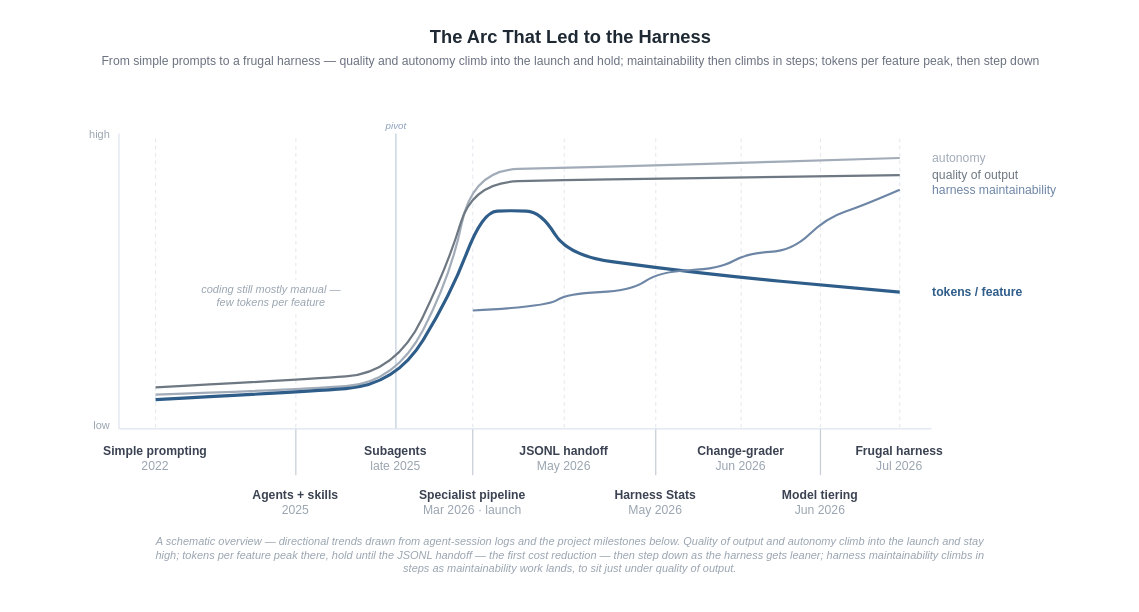
Before: docs/images/research-arc.drawio in woditschka/agentic-coding-reference, a draw.io diagram. Source tidied: cells renumbered, new cells numbered last; positions are measured from the earlier drawing's top-left corner, leaving out a move shared by most shapes. Both pictures are drawn from the tidied source at 122%, with x=0, y=0 at pixel (21, 21).
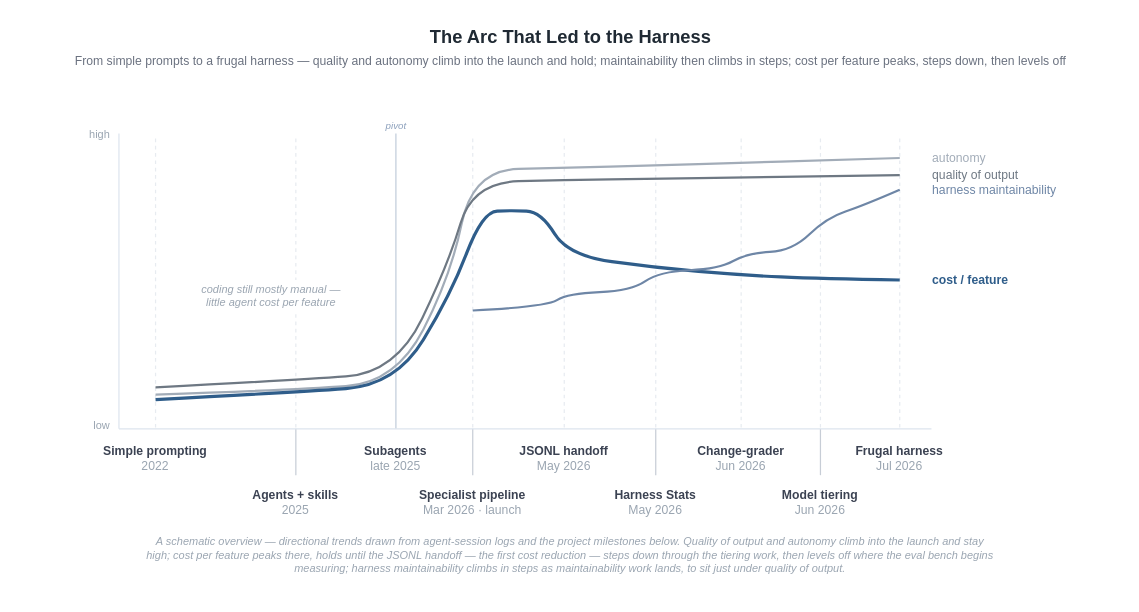
The same page after the edit.

What changed in the source:
```diff
@@
-    <mxCell id="3" value="From simple prompts to a frugal harness — quality and autonomy climb into the launch and hold; maintainability then climbs in steps; tokens per feature peak, then step down" style="text;html=1;align=center;verticalAlign=middle;fontSize=10;fontColor=#6B7280;" parent="1" vertex="1">
+    <mxCell id="3" value="From simple prompts to a frugal harness — quality and autonomy climb into the launch and hold; maintainability then climbs in steps; cost per feature peaks, steps down, then levels off" style="text;html=1;align=center;verticalAlign=middle;fontSize=10;fontColor=#6B7280;" parent="1" vertex="1">
       <mxGeometry y="25" width="900" height="14" as="geometry" />
     </mxCell>
@@
     <mxCell id="24" style="edgeStyle=none;curved=1;html=1;endArrow=none;startArrow=none;strokeColor=#2F5D8A;strokeWidth=2.6;" parent="1" edge="1">
       <mxGeometry relative="1" as="geometry">
         <mxPoint x="110" y="310" as="sourcePoint" />
-        <mxPoint x="720" y="222" as="targetPoint" />
+        <mxPoint x="720" y="212" as="targetPoint" />
         <Array as="points">
           <mxPoint x="225" y="304" />
           <mxPoint x="307" y="298" />
           <mxPoint x="352" y="224" />
           <mxPoint x="378" y="156" />
           <mxPoint x="402" y="155" />
           <mxPoint x="426" y="156" />
           <mxPoint x="448" y="192" />
           <mxPoint x="520" y="202" />
-          <mxPoint x="590" y="210" />
-          <mxPoint x="655" y="216" />
+          <mxPoint x="590" y="208" />
+          <mxPoint x="655" y="211" />
         </Array>
       </mxGeometry>
     </mxCell>
@@
-    <mxCell id="28" value="tokens / feature" style="text;html=1;align=left;verticalAlign=middle;fontSize=10;fontStyle=1;fontColor=#2F5D8A;" parent="1" vertex="1">
-      <mxGeometry x="745" y="215" width="130" height="14" as="geometry" />
+    <mxCell id="28" value="cost / feature" style="text;html=1;align=left;verticalAlign=middle;fontSize=10;fontStyle=1;fontColor=#2F5D8A;" parent="1" vertex="1">
+      <mxGeometry x="745" y="205" width="130" height="14" as="geometry" />
     </mxCell>
@@
-    <mxCell id="30" value="coding still mostly manual —&lt;br&gt;few tokens per feature" style="text;html=1;align=center;verticalAlign=middle;whiteSpace=wrap;fontSize=9;fontStyle=2;fontColor=#9AA5B1;fillColor=#FFFFFF;strokeColor=none;" parent="1" vertex="1">
+    <mxCell id="30" value="coding still mostly manual —&lt;br&gt;little agent cost per feature" style="text;html=1;align=center;verticalAlign=middle;whiteSpace=wrap;fontSize=9;fontStyle=2;fontColor=#9AA5B1;fillColor=#FFFFFF;strokeColor=none;" parent="1" vertex="1">
       <mxGeometry x="112" y="212" width="186" height="26" as="geometry" />
     </mxCell>
@@
-    <mxCell id="40" value="A schematic overview — directional trends drawn from agent-session logs and the project milestones below. Quality of output and autonomy climb into the launch and stay high; tokens per feature peak there, hold until the JSONL handoff — the first cost reduction — then step down as the harness gets leaner; harness maintainability climbs in steps as maintainability work lands, to sit just under quality of output." style="text;html=1;align=center;verticalAlign=middle;whiteSpace=wrap;fontSize=9;fontStyle=2;fontColor=#9AA5B1;" parent="1" vertex="1">
+    <mxCell id="40" value="A schematic overview — directional trends drawn from agent-session logs and the project milestones below. Quality of output and autonomy climb into the launch and stay high; cost per feature peaks there, holds until the JSONL handoff — the first cost reduction — steps down through the tiering work, then levels off where the eval bench begins measuring; harness maintainability climbs in steps as maintainability work lands, to sit just under quality of output." style="text;html=1;align=center;verticalAlign=middle;whiteSpace=wrap;fontSize=9;fontStyle=2;fontColor=#9AA5B1;" parent="1" vertex="1">
       <mxGeometry x="100" y="408" width="700" height="60" as="geometry" />
     </mxCell>
```
